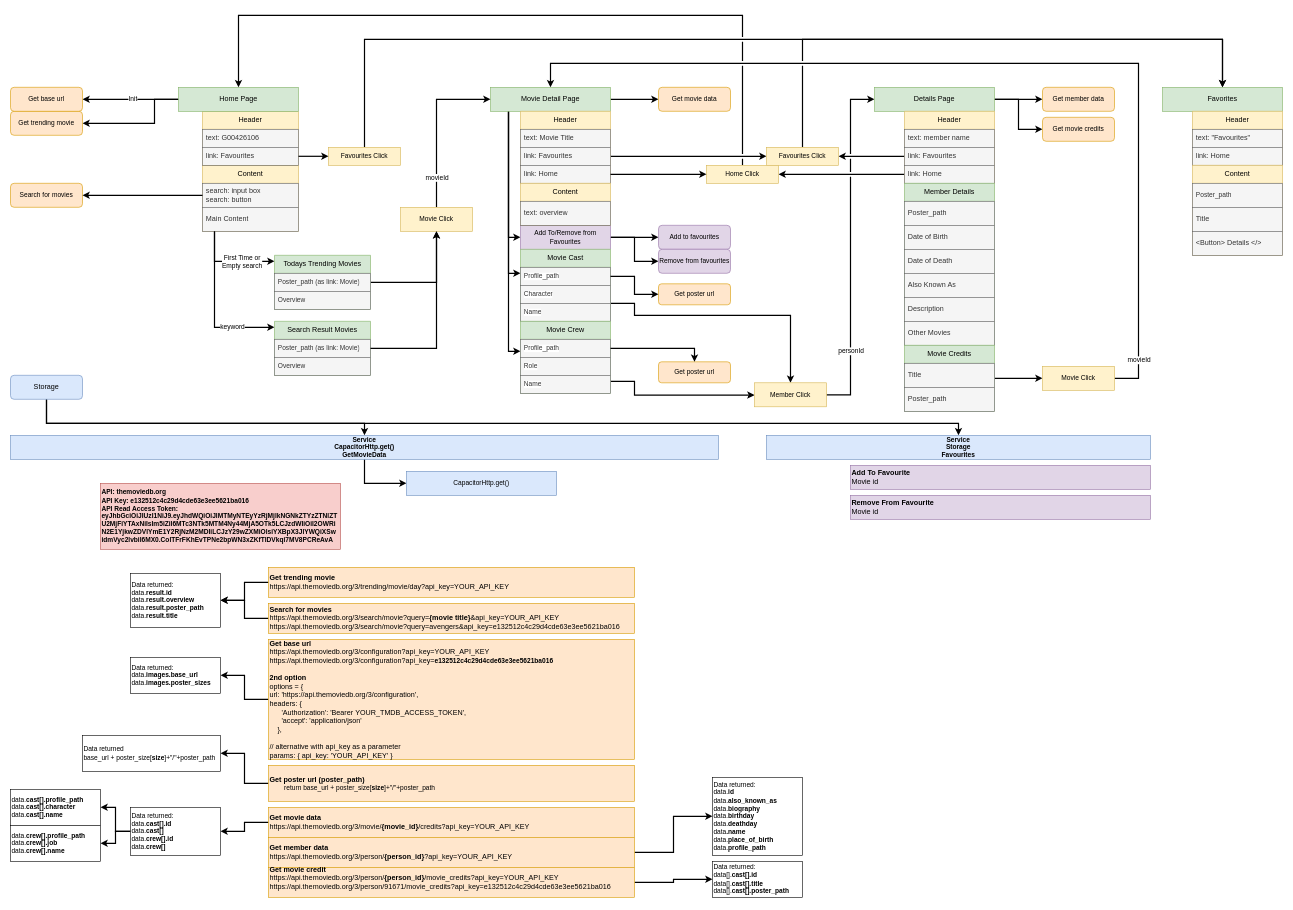
Above: src/doc/MovieApp.drawio in Erunam/G00426106 (draw.io), before the change. Source tidied: cells renumbered, new cells numbered last; positions are measured from the earlier drawing's top-left corner, leaving out a move shared by most shapes. Both pictures are drawn from the tidied source at 60%, with x=0, y=0 at pixel (10, 15).
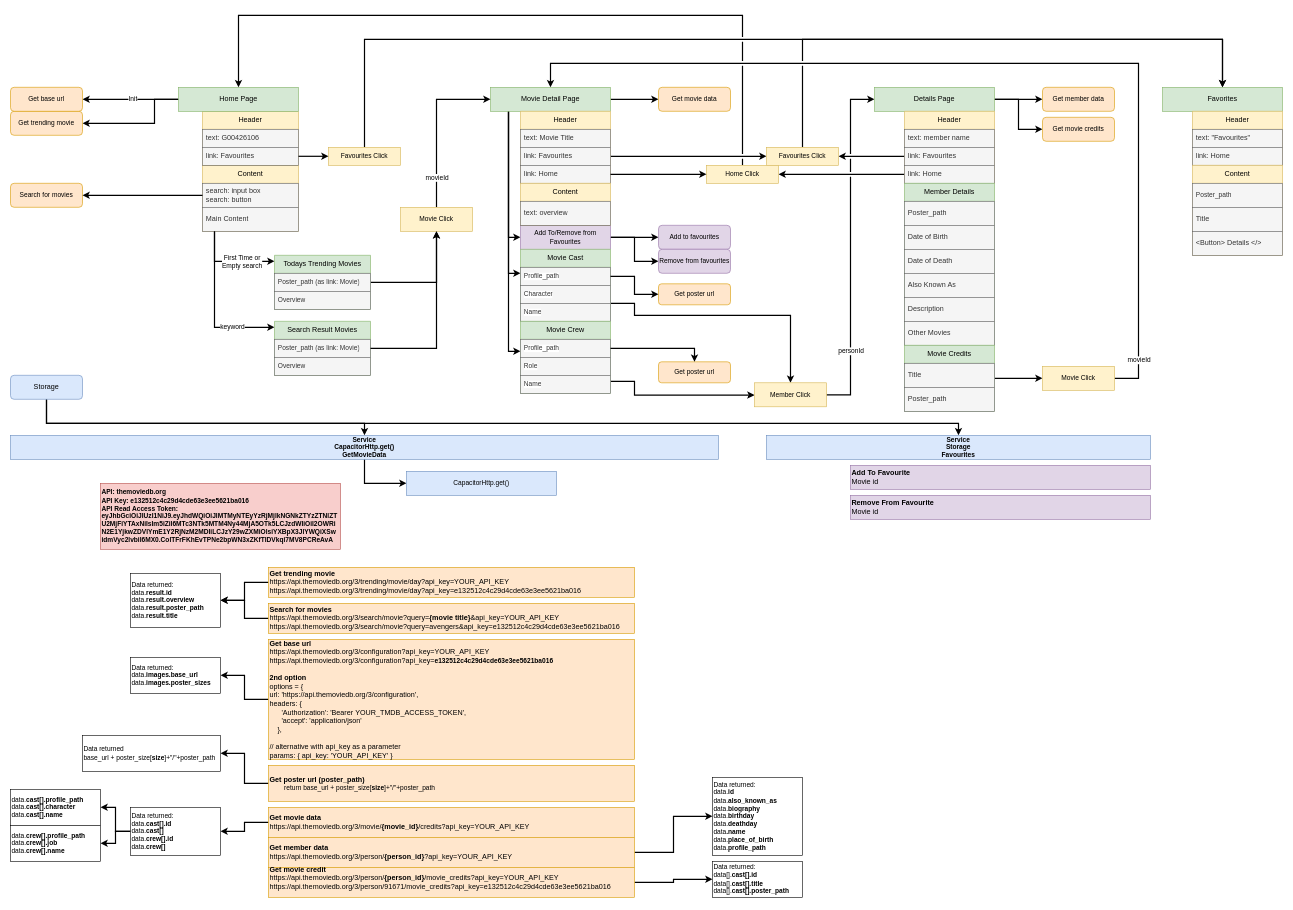
The same diagram, later.

The edit, as a diff of the source:
```diff
@@
-    <mxCell id="26" value="&lt;div style=&quot;&quot;&gt;&lt;span class=&quot;fontstyle0&quot;&gt;&lt;b&gt;Get trending movie&lt;/b&gt;&lt;/span&gt;&lt;/div&gt;&lt;div style=&quot;&quot;&gt;&lt;span class=&quot;fontstyle0&quot;&gt;https://api.themoviedb.org/3/trending/movie/day?api_key=&lt;/span&gt;&lt;span class=&quot;fontstyle1&quot;&gt;YOUR_API_KEY&lt;/span&gt;&lt;br style=&quot;font-variant-numeric: normal; font-variant-east-asian: normal; font-variant-alternates: normal; font-variant-position: normal; font-variant-emoji: normal; line-height: normal; text-size-adjust: auto;&quot;&gt;&lt;/div&gt;" style="rounded=0;whiteSpace=wrap;html=1;fillColor=#ffe6cc;strokeColor=#d79b00;align=left;" parent="1" vertex="1">
+    <mxCell id="26" value="&lt;div style=&quot;&quot;&gt;&lt;span class=&quot;fontstyle0&quot;&gt;&lt;b&gt;Get trending movie&lt;/b&gt;&lt;/span&gt;&lt;/div&gt;&lt;div style=&quot;&quot;&gt;&lt;span class=&quot;fontstyle0&quot;&gt;https://api.themoviedb.org/3/trending/movie/day?api_key=&lt;/span&gt;&lt;span class=&quot;fontstyle1&quot;&gt;YOUR_API_KEY&lt;/span&gt;&lt;br style=&quot;font-variant-numeric: normal; font-variant-east-asian: normal; font-variant-alternates: normal; font-variant-position: normal; font-variant-emoji: normal; line-height: normal; text-size-adjust: auto;&quot;&gt;&lt;/div&gt;&lt;div style=&quot;&quot;&gt;&lt;span class=&quot;fontstyle1&quot;&gt;https://api.themoviedb.org/3/trending/movie/day?api_key=e132512c4c29d4cde63e3ee5621ba016&lt;/span&gt;&lt;/div&gt;" style="rounded=0;whiteSpace=wrap;html=1;fillColor=#ffe6cc;strokeColor=#d79b00;align=left;" parent="1" vertex="1">
       <mxGeometry x="430" y="920" width="610" height="50" as="geometry" />
     </mxCell>
```
